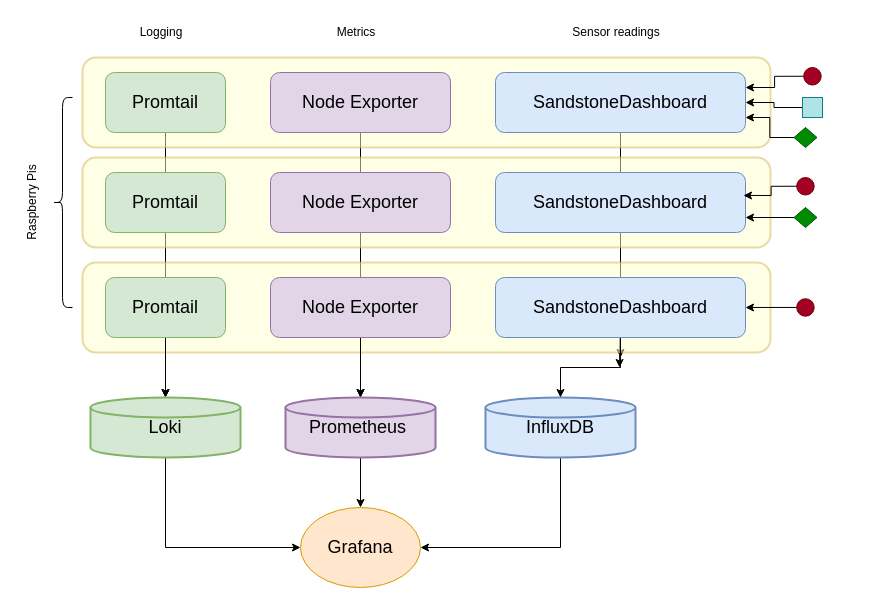
Earlier version of the draw.io diagram images_diagrams/monitoring_stack.drawio (vulture2600/SandstoneDashboard). Source tidied: cells renumbered, new cells numbered last; positions are measured from the earlier drawing's top-left corner, leaving out a move shared by most shapes. Both pictures are drawn from the tidied source at 100%, with x=0, y=0 at pixel (-18, 17).
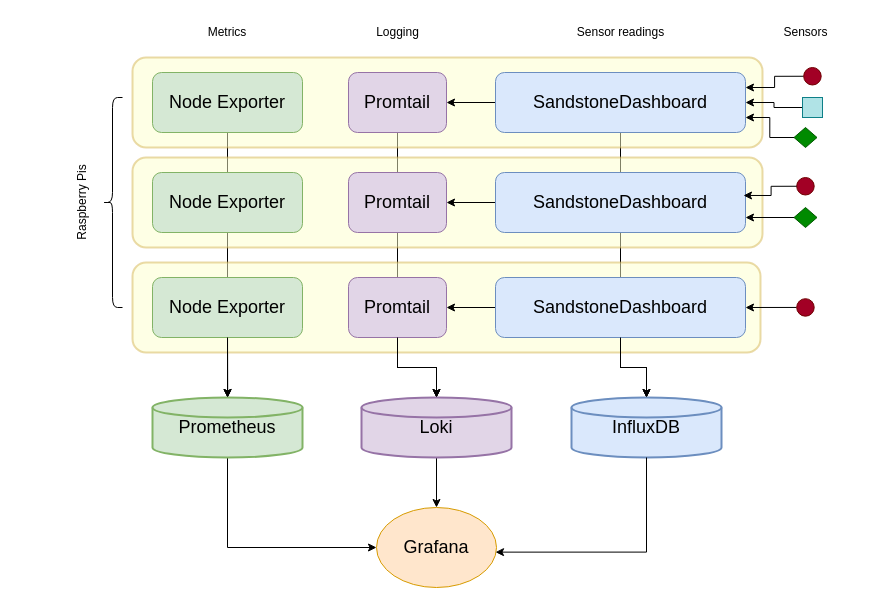
After the change.

Commit message (it also covers changes not shown here):
Update monitoring stack diagram

Unchanged cells that the change refers to:
```xml
<mxCell id="21" value="&lt;font style=&quot;font-size: 18px;&quot;&gt;SandstoneDashboard&lt;/font&gt;" style="rounded=1;whiteSpace=wrap;html=1;fillColor=#dae8fc;strokeColor=#6c8ebf;" parent="1" vertex="1">
  <mxGeometry x="513" y="260" width="250" height="60" as="geometry" />
</mxCell>
<mxCell id="28" value="&lt;font style=&quot;font-size: 18px;&quot;&gt;SandstoneDashboard&lt;/font&gt;" style="rounded=1;whiteSpace=wrap;html=1;fillColor=#dae8fc;strokeColor=#6c8ebf;" parent="1" vertex="1">
  <mxGeometry x="513" y="155" width="250" height="60" as="geometry" />
</mxCell>
<mxCell id="33" value="&lt;font style=&quot;font-size: 18px;&quot;&gt;SandstoneDashboard&lt;/font&gt;" style="rounded=1;whiteSpace=wrap;html=1;fillColor=#dae8fc;strokeColor=#6c8ebf;" parent="1" vertex="1">
  <mxGeometry x="513" y="55" width="250" height="60" as="geometry" />
</mxCell>
```

Change to the diagram source:
```diff
@@
-    <mxCell id="2" style="edgeStyle=orthogonalEdgeStyle;rounded=0;jettySize=auto;html=1;exitX=0.5;exitY=1;exitDx=0;exitDy=0;" parent="1" edge="1" source="33">
-      <mxGeometry relative="1" as="geometry">
-        <mxPoint x="638" y="340" as="targetPoint" />
-      </mxGeometry>
-    </mxCell>
-    <mxCell id="3" style="edgeStyle=orthogonalEdgeStyle;rounded=0;jettySize=auto;html=1;exitX=0.5;exitY=1;exitDx=0;exitDy=0;" parent="1" edge="1" source="28">
-      <mxGeometry relative="1" as="geometry">
-        <mxPoint x="637" y="350" as="targetPoint" />
-      </mxGeometry>
-    </mxCell>
-    <mxCell id="4" style="edgeStyle=orthogonalEdgeStyle;rounded=0;jettySize=auto;html=1;exitX=0.5;exitY=1;exitDx=0;exitDy=0;" parent="1" edge="1" source="32">
-      <mxGeometry relative="1" as="geometry">
-        <mxPoint x="378" y="380" as="targetPoint" />
-      </mxGeometry>
-    </mxCell>
-    <mxCell id="5" style="edgeStyle=orthogonalEdgeStyle;rounded=0;jettySize=auto;html=1;exitX=0.5;exitY=1;exitDx=0;exitDy=0;" parent="1" edge="1" source="27">
-      <mxGeometry relative="1" as="geometry">
-        <mxPoint x="378" y="380" as="targetPoint" />
-      </mxGeometry>
-    </mxCell>
-    <mxCell id="6" style="edgeStyle=orthogonalEdgeStyle;rounded=0;jettySize=auto;html=1;exitX=0.5;exitY=1;exitDx=0;exitDy=0;" parent="1" edge="1" source="26">
-      <mxGeometry relative="1" as="geometry">
-        <mxPoint x="183" y="380" as="targetPoint" />
-      </mxGeometry>
-    </mxCell>
-    <mxCell id="7" style="edgeStyle=orthogonalEdgeStyle;rounded=0;jettySize=auto;html=1;exitX=0.5;exitY=1;exitDx=0;exitDy=0;" parent="1" edge="1" source="31">
-      <mxGeometry relative="1" as="geometry">
-        <mxPoint x="183" y="380" as="targetPoint" />
-      </mxGeometry>
-    </mxCell>
+    <mxCell id="47" style="edgeStyle=orthogonalEdgeStyle;rounded=0;jettySize=auto;html=1;exitX=0.5;exitY=1;exitDx=0;exitDy=0;entryX=0.5;entryY=0;entryDx=0;entryDy=0;entryPerimeter=0;" parent="1" edge="1" source="31" target="12">
+      <mxGeometry relative="1" as="geometry" />
+    </mxCell>
+    <mxCell id="48" style="edgeStyle=orthogonalEdgeStyle;rounded=0;jettySize=auto;html=1;exitX=0.5;exitY=1;exitDx=0;exitDy=0;" parent="1" edge="1" source="26">
+      <mxGeometry relative="1" as="geometry">
+        <mxPoint x="245.2" y="380" as="targetPoint" />
+      </mxGeometry>
+    </mxCell>
+    <mxCell id="49" style="edgeStyle=orthogonalEdgeStyle;rounded=0;jettySize=auto;html=1;exitX=0.5;exitY=1;exitDx=0;exitDy=0;entryX=0.5;entryY=0;entryDx=0;entryDy=0;entryPerimeter=0;" parent="1" edge="1" source="32" target="16">
+      <mxGeometry relative="1" as="geometry">
+        <Array as="points">
+          <mxPoint x="415" y="350" />
+          <mxPoint x="454" y="350" />
+        </Array>
+      </mxGeometry>
+    </mxCell>
+    <mxCell id="50" style="edgeStyle=orthogonalEdgeStyle;rounded=0;jettySize=auto;html=1;exitX=0.5;exitY=1;exitDx=0;exitDy=0;entryX=0.5;entryY=0;entryDx=0;entryDy=0;entryPerimeter=0;" parent="1" edge="1" source="27" target="16">
+      <mxGeometry relative="1" as="geometry">
+        <Array as="points">
+          <mxPoint x="415" y="350" />
+          <mxPoint x="454" y="350" />
+        </Array>
+      </mxGeometry>
+    </mxCell>
+    <mxCell id="51" style="edgeStyle=orthogonalEdgeStyle;rounded=0;jettySize=auto;html=1;exitX=0.5;exitY=1;exitDx=0;exitDy=0;entryX=0.5;entryY=0;entryDx=0;entryDy=0;entryPerimeter=0;" parent="1" edge="1" source="33" target="19">
+      <mxGeometry relative="1" as="geometry">
+        <Array as="points">
+          <mxPoint x="638" y="350" />
+          <mxPoint x="664" y="350" />
+        </Array>
+      </mxGeometry>
+    </mxCell>
+    <mxCell id="52" style="edgeStyle=orthogonalEdgeStyle;rounded=0;jettySize=auto;html=1;exitX=0.5;exitY=1;exitDx=0;exitDy=0;entryX=0.5;entryY=0;entryDx=0;entryDy=0;entryPerimeter=0;" parent="1" edge="1" source="28" target="19">
+      <mxGeometry relative="1" as="geometry">
+        <Array as="points">
+          <mxPoint x="638" y="350" />
+          <mxPoint x="664" y="350" />
+        </Array>
+      </mxGeometry>
+    </mxCell>
     <mxCell id="8" style="rounded=1;whiteSpace=wrap;html=1;strokeWidth=2;fillColor=#FDFFCC;strokeColor=#d6b656;opacity=50;" parent="1" vertex="1">
-      <mxGeometry x="100" y="245" width="688" height="90" as="geometry" />
+      <mxGeometry x="150" y="245" width="628" height="90" as="geometry" />
     </mxCell>
-    <mxCell id="9" style="edgeStyle=orthogonalEdgeStyle;rounded=0;jettySize=auto;html=1;" parent="1" edge="1" source="10" target="12">
-      <mxGeometry relative="1" as="geometry" />
-    </mxCell>
-    <mxCell id="10" value="&lt;font style=&quot;font-size: 18px;&quot;&gt;Promtail&lt;/font&gt;" style="rounded=1;whiteSpace=wrap;html=1;fillColor=#d5e8d4;strokeColor=#82b366;" parent="1" vertex="1">
-      <mxGeometry x="123" y="260" width="120" height="60" as="geometry" />
+    <mxCell id="10" value="&lt;span style=&quot;font-size: 18px;&quot;&gt;Node Exporter&lt;/span&gt;" style="rounded=1;whiteSpace=wrap;html=1;fillColor=#d5e8d4;strokeColor=#82b366;" parent="1" vertex="1">
+      <mxGeometry x="170" y="260" width="150" height="60" as="geometry" />
     </mxCell>
-    <mxCell id="11" style="edgeStyle=orthogonalEdgeStyle;rounded=0;jettySize=auto;html=1;entryX=0;entryY=0.5;entryDx=0;entryDy=0;" parent="1" edge="1" source="12" target="17">
-      <mxGeometry relative="1" as="geometry">
-        <Array as="points">
-          <mxPoint x="183" y="530" />
-        </Array>
-      </mxGeometry>
+    <mxCell id="11" style="edgeStyle=orthogonalEdgeStyle;rounded=0;jettySize=auto;html=1;exitX=0.5;exitY=1;exitDx=0;exitDy=0;exitPerimeter=0;entryX=0;entryY=0.5;entryDx=0;entryDy=0;" parent="1" edge="1" source="12" target="17">
+      <mxGeometry relative="1" as="geometry" />
     </mxCell>
-    <mxCell id="12" value="&lt;font style=&quot;font-size: 18px;&quot;&gt;Loki&lt;/font&gt;" style="strokeWidth=2;html=1;shape=mxgraph.flowchart.database;whiteSpace=wrap;fillColor=#d5e8d4;strokeColor=#82b366;" parent="1" vertex="1">
-      <mxGeometry x="108" y="380" width="150" height="60" as="geometry" />
+    <mxCell id="12" value="&lt;span style=&quot;font-size: 18px;&quot;&gt;Prometheus&lt;/span&gt;" style="strokeWidth=2;html=1;shape=mxgraph.flowchart.database;whiteSpace=wrap;fillColor=#d5e8d4;strokeColor=#82b366;" parent="1" vertex="1">
+      <mxGeometry x="170" y="380" width="150" height="60" as="geometry" />
     </mxCell>
-    <mxCell id="13" style="edgeStyle=orthogonalEdgeStyle;rounded=0;jettySize=auto;html=1;" parent="1" edge="1" source="14" target="16">
-      <mxGeometry relative="1" as="geometry" />
-    </mxCell>
-    <mxCell id="14" value="&lt;font style=&quot;font-size: 18px;&quot;&gt;Node Exporter&lt;/font&gt;" style="rounded=1;whiteSpace=wrap;html=1;fillColor=#e1d5e7;strokeColor=#9673a6;" parent="1" vertex="1">
-      <mxGeometry x="288" y="260" width="180" height="60" as="geometry" />
+    <mxCell id="14" value="&lt;span style=&quot;font-size: 18px;&quot;&gt;Promtail&lt;/span&gt;" style="rounded=1;whiteSpace=wrap;html=1;fillColor=#e1d5e7;strokeColor=#9673a6;" parent="1" vertex="1">
+      <mxGeometry x="366" y="260" width="98" height="60" as="geometry" />
     </mxCell>
@@
-    <mxCell id="16" value="&lt;font style=&quot;font-size: 18px;&quot;&gt;Prometheus&amp;nbsp;&lt;/font&gt;" style="strokeWidth=2;html=1;shape=mxgraph.flowchart.database;whiteSpace=wrap;fillColor=#e1d5e7;strokeColor=#9673a6;" parent="1" vertex="1">
-      <mxGeometry x="303" y="380" width="150" height="60" as="geometry" />
+    <mxCell id="16" value="&lt;font size=&quot;4&quot;&gt;Loki&lt;/font&gt;" style="strokeWidth=2;html=1;shape=mxgraph.flowchart.database;whiteSpace=wrap;fillColor=#e1d5e7;strokeColor=#9673a6;" parent="1" vertex="1">
+      <mxGeometry x="379" y="380" width="150" height="60" as="geometry" />
     </mxCell>
     <mxCell id="17" value="&lt;font style=&quot;font-size: 18px;&quot;&gt;Grafana&lt;/font&gt;" style="ellipse;whiteSpace=wrap;html=1;fillColor=#ffe6cc;strokeColor=#d79b00;" parent="1" vertex="1">
-      <mxGeometry x="318" y="490" width="120" height="80" as="geometry" />
+      <mxGeometry x="394" y="490" width="120" height="80" as="geometry" />
     </mxCell>
-    <mxCell id="18" style="edgeStyle=orthogonalEdgeStyle;rounded=0;jettySize=auto;html=1;exitX=0.5;exitY=1;exitDx=0;exitDy=0;exitPerimeter=0;" parent="1" edge="1" source="19" target="17">
-      <mxGeometry relative="1" as="geometry">
-        <Array as="points">
-          <mxPoint x="578" y="530" />
-        </Array>
-      </mxGeometry>
-    </mxCell>
     <mxCell id="19" value="&lt;font style=&quot;font-size: 18px;&quot;&gt;InfluxDB&lt;/font&gt;" style="strokeWidth=2;html=1;shape=mxgraph.flowchart.database;whiteSpace=wrap;fillColor=#dae8fc;strokeColor=#6c8ebf;" parent="1" vertex="1">
-      <mxGeometry x="503" y="380" width="150" height="60" as="geometry" />
+      <mxGeometry x="589" y="380" width="150" height="60" as="geometry" />
     </mxCell>
-    <mxCell id="20" style="edgeStyle=orthogonalEdgeStyle;rounded=0;jettySize=auto;html=1;" parent="1" edge="1" source="21" target="19">
-      <mxGeometry relative="1" as="geometry">
-        <Array as="points">
-          <mxPoint x="638" y="350" />
-          <mxPoint x="578" y="350" />
-        </Array>
-      </mxGeometry>
-    </mxCell>
+    <mxCell id="53" style="edgeStyle=orthogonalEdgeStyle;rounded=0;jettySize=auto;html=1;exitX=0;exitY=0.5;exitDx=0;exitDy=0;entryX=1;entryY=0.5;entryDx=0;entryDy=0;" parent="1" edge="1" source="21" target="14">
+      <mxGeometry relative="1" as="geometry" />
+    </mxCell>
@@
     <mxCell id="22" value="&lt;font style=&quot;font-size: 12px;&quot;&gt;Logging&lt;/font&gt;" style="text;html=1;align=center;verticalAlign=middle;whiteSpace=wrap;rounded=0;" parent="1" vertex="1">
-      <mxGeometry x="149" width="60" height="30" as="geometry" />
+      <mxGeometry x="385.5" width="59" height="30" as="geometry" />
     </mxCell>
     <mxCell id="23" value="&lt;font style=&quot;font-size: 12px;&quot;&gt;Metrics&lt;/font&gt;" style="text;html=1;align=center;verticalAlign=middle;whiteSpace=wrap;rounded=0;" parent="1" vertex="1">
-      <mxGeometry x="344" width="60" height="30" as="geometry" />
+      <mxGeometry x="215" width="60" height="30" as="geometry" />
     </mxCell>
     <mxCell id="24" value="&lt;font style=&quot;font-size: 12px;&quot;&gt;Sensor readings&lt;/font&gt;" style="text;html=1;align=center;verticalAlign=middle;whiteSpace=wrap;rounded=0;" parent="1" vertex="1">
-      <mxGeometry x="529" width="210" height="30" as="geometry" />
+      <mxGeometry x="577.5" width="121" height="30" as="geometry" />
     </mxCell>
     <mxCell id="25" style="rounded=1;whiteSpace=wrap;html=1;strokeWidth=2;fillColor=#FDFFCC;strokeColor=#d6b656;opacity=50;" parent="1" vertex="1">
-      <mxGeometry x="100" y="140" width="688" height="90" as="geometry" />
+      <mxGeometry x="150" y="140" width="630" height="90" as="geometry" />
     </mxCell>
-    <mxCell id="26" value="&lt;font style=&quot;font-size: 18px;&quot;&gt;Promtail&lt;/font&gt;" style="rounded=1;whiteSpace=wrap;html=1;fillColor=#d5e8d4;strokeColor=#82b366;" parent="1" vertex="1">
-      <mxGeometry x="123" y="155" width="120" height="60" as="geometry" />
+    <mxCell id="26" value="&lt;span style=&quot;font-size: 18px;&quot;&gt;Node Exporter&lt;/span&gt;" style="rounded=1;whiteSpace=wrap;html=1;fillColor=#d5e8d4;strokeColor=#82b366;" parent="1" vertex="1">
+      <mxGeometry x="170" y="155" width="150" height="60" as="geometry" />
     </mxCell>
-    <mxCell id="27" value="&lt;font style=&quot;font-size: 18px;&quot;&gt;Node Exporter&lt;/font&gt;" style="rounded=1;whiteSpace=wrap;html=1;fillColor=#e1d5e7;strokeColor=#9673a6;" parent="1" vertex="1">
-      <mxGeometry x="288" y="155" width="180" height="60" as="geometry" />
+    <mxCell id="27" value="&lt;span style=&quot;font-size: 18px;&quot;&gt;Promtail&lt;/span&gt;" style="rounded=1;whiteSpace=wrap;html=1;fillColor=#e1d5e7;strokeColor=#9673a6;" parent="1" vertex="1">
+      <mxGeometry x="366" y="155" width="98" height="60" as="geometry" />
     </mxCell>
+    <mxCell id="54" style="edgeStyle=orthogonalEdgeStyle;rounded=0;jettySize=auto;html=1;exitX=0;exitY=0.5;exitDx=0;exitDy=0;entryX=1;entryY=0.5;entryDx=0;entryDy=0;" parent="1" edge="1" source="28" target="27">
+      <mxGeometry relative="1" as="geometry" />
+    </mxCell>
@@
     <mxCell id="29" value="&lt;font style=&quot;font-size: 12px;&quot;&gt;Raspberry Pis&lt;/font&gt;" style="text;html=1;align=center;verticalAlign=middle;whiteSpace=wrap;rounded=0;rotation=270;" parent="1" vertex="1">
-      <mxGeometry y="170" width="100" height="30" as="geometry" />
+      <mxGeometry x="50" y="170" width="100" height="30" as="geometry" />
     </mxCell>
     <mxCell id="30" style="rounded=1;whiteSpace=wrap;html=1;strokeWidth=2;fillColor=#FDFFCC;strokeColor=#d6b656;opacity=50;" parent="1" vertex="1">
-      <mxGeometry x="100" y="40" width="688" height="90" as="geometry" />
+      <mxGeometry x="150" y="40" width="630" height="90" as="geometry" />
     </mxCell>
-    <mxCell id="31" value="&lt;font style=&quot;font-size: 18px;&quot;&gt;Promtail&lt;/font&gt;" style="rounded=1;whiteSpace=wrap;html=1;fillColor=#d5e8d4;strokeColor=#82b366;" parent="1" vertex="1">
-      <mxGeometry x="123" y="55" width="120" height="60" as="geometry" />
+    <mxCell id="31" value="&lt;span style=&quot;font-size: 18px;&quot;&gt;Node Exporter&lt;/span&gt;" style="rounded=1;whiteSpace=wrap;html=1;fillColor=#d5e8d4;strokeColor=#82b366;" parent="1" vertex="1">
+      <mxGeometry x="170" y="55" width="150" height="60" as="geometry" />
     </mxCell>
-    <mxCell id="32" value="&lt;font style=&quot;font-size: 18px;&quot;&gt;Node Exporter&lt;/font&gt;" style="rounded=1;whiteSpace=wrap;html=1;fillColor=#e1d5e7;strokeColor=#9673a6;" parent="1" vertex="1">
-      <mxGeometry x="288" y="55" width="180" height="60" as="geometry" />
+    <mxCell id="32" value="&lt;span style=&quot;font-size: 18px;&quot;&gt;Promtail&lt;/span&gt;" style="rounded=1;whiteSpace=wrap;html=1;fillColor=#e1d5e7;strokeColor=#9673a6;" parent="1" vertex="1">
+      <mxGeometry x="366" y="55" width="98" height="60" as="geometry" />
     </mxCell>
+    <mxCell id="55" style="edgeStyle=orthogonalEdgeStyle;rounded=0;jettySize=auto;html=1;exitX=0;exitY=0.5;exitDx=0;exitDy=0;" parent="1" edge="1" source="33" target="32">
+      <mxGeometry relative="1" as="geometry" />
+    </mxCell>
@@
     <mxCell id="34" style="shape=curlyBracket;whiteSpace=wrap;html=1;rounded=1;labelPosition=left;verticalLabelPosition=middle;align=right;verticalAlign=middle;" parent="1" vertex="1">
-      <mxGeometry x="70" y="80" width="20" height="210" as="geometry" />
+      <mxGeometry x="120" y="80" width="20" height="210" as="geometry" />
     </mxCell>
@@
+    <mxCell id="20" style="edgeStyle=orthogonalEdgeStyle;rounded=0;jettySize=auto;html=1;exitX=0.5;exitY=1;exitDx=0;exitDy=0;entryX=0.5;entryY=0;entryDx=0;entryDy=0;entryPerimeter=0;" parent="1" edge="1" source="21" target="19">
+      <mxGeometry relative="1" as="geometry" />
+    </mxCell>
+    <mxCell id="18" style="edgeStyle=orthogonalEdgeStyle;rounded=0;jettySize=auto;html=1;exitX=0.5;exitY=1;exitDx=0;exitDy=0;exitPerimeter=0;entryX=0.992;entryY=0.558;entryDx=0;entryDy=0;entryPerimeter=0;" parent="1" edge="1" source="19" target="17">
+      <mxGeometry relative="1" as="geometry" />
+    </mxCell>
+    <mxCell id="13" style="edgeStyle=orthogonalEdgeStyle;rounded=0;jettySize=auto;html=1;exitX=0.5;exitY=1;exitDx=0;exitDy=0;entryX=0.5;entryY=0;entryDx=0;entryDy=0;entryPerimeter=0;" parent="1" edge="1" source="14" target="16">
+      <mxGeometry relative="1" as="geometry" />
+    </mxCell>
+    <mxCell id="9" style="edgeStyle=orthogonalEdgeStyle;rounded=0;jettySize=auto;html=1;exitX=0.5;exitY=1;exitDx=0;exitDy=0;entryX=0.5;entryY=0;entryDx=0;entryDy=0;entryPerimeter=0;" parent="1" edge="1" source="10" target="12">
+      <mxGeometry relative="1" as="geometry" />
+    </mxCell>
+    <mxCell id="56" value="&lt;font style=&quot;font-size: 12px;&quot;&gt;Sensors&lt;/font&gt;" style="text;html=1;align=center;verticalAlign=middle;whiteSpace=wrap;rounded=0;" parent="1" vertex="1">
+      <mxGeometry x="762.5" width="121" height="30" as="geometry" />
+    </mxCell>
```
